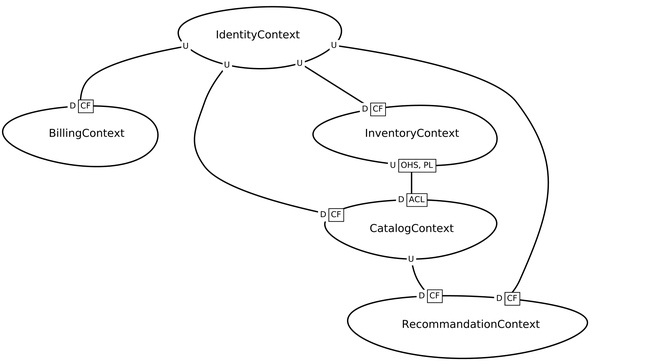
Earlier version of the Graphviz export src-gen/movies-albrains_ContextMap.png (movies-albrains/.github). Its source is kept beside it as src-gen/movies-albrains_ContextMap.gv.
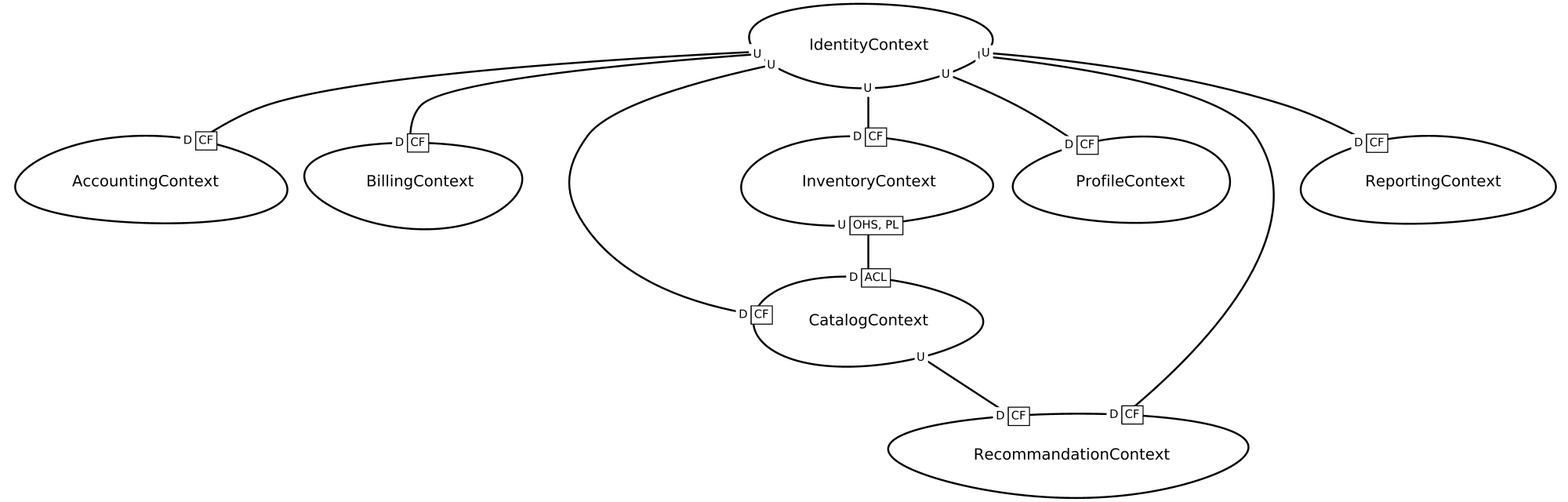
Above is the later version.

Commit message:
update context map

What changed in the source:
```diff
@@ -1,11 +1,29 @@
 digraph "ContextMapGraph" {
 graph ["imagepath"="/tmp/GraphvizJava"]
-"BillingContext" ["margin"="0.3","orientation"="3","shape"="egg","fontsize"="16","style"="bold","label"="BillingContext\n","fontname"="sans-serif"]
-"CatalogContext" ["margin"="0.3","orientation"="32","shape"="egg","fontsize"="16","style"="bold","label"="CatalogContext\n","fontname"="sans-serif"]
-"RecommandationContext" ["margin"="0.3","orientation"="67","shape"="egg","fontsize"="16","style"="bold","label"="RecommandationContext\n","fontname"="sans-serif"]
-"IdentityContext" ["margin"="0.3","orientation"="262","shape"="egg","fontsize"="16","style"="bold","label"="IdentityContext\n","fontname"="sans-serif"]
-"InventoryContext" ["margin"="0.3","orientation"="300","shape"="egg","fontsize"="16","style"="bold","label"="InventoryContext\n","fontname"="sans-serif"]
+"AccountingContext" ["margin"="0.3","orientation"="172","shape"="egg","fontsize"="16","style"="bold","label"="AccountingContext\n","fontname"="sans-serif"]
+"BillingContext" ["margin"="0.3","orientation"="131","shape"="egg","fontsize"="16","style"="bold","label"="BillingContext\n","fontname"="sans-serif"]
+"CatalogContext" ["margin"="0.3","orientation"="1","shape"="egg","fontsize"="16","style"="bold","label"="CatalogContext\n","fontname"="sans-serif"]
+"RecommandationContext" ["margin"="0.3","orientation"="68","shape"="egg","fontsize"="16","style"="bold","label"="RecommandationContext\n","fontname"="sans-serif"]
+"IdentityContext" ["margin"="0.3","orientation"="251","shape"="egg","fontsize"="16","style"="bold","label"="IdentityContext\n","fontname"="sans-serif"]
+"ProfileContext" ["margin"="0.3","orientation"="130","shape"="egg","fontsize"="16","style"="bold","label"="ProfileContext\n","fontname"="sans-serif"]
+"InventoryContext" ["margin"="0.3","orientation"="267","shape"="egg","fontsize"="16","style"="bold","label"="InventoryContext\n","fontname"="sans-serif"]
+"ReportingContext" ["margin"="0.3","orientation"="22","shape"="egg","fontsize"="16","style"="bold","label"="ReportingContext\n","fontname"="sans-serif"]
 "CatalogContext" -> "RecommandationContext" ["headlabel"=<<table cellspacing="0" cellborder="1" border="0">
+<tr><td bgcolor="white" sides="r">D</td><td sides="trbl" bgcolor="white"><font>CF</font></td></tr>
+</table>>,"labeldistance"="0","fontsize"="12","taillabel"=<<table cellspacing="0" cellborder="0" border="0">
+<tr><td bgcolor="white">U</td></tr>
+</table>>,"style"="bold","label"="                                        ","dir"="none","fontname"="sans-serif"]
+"IdentityContext" -> "AccountingContext" ["headlabel"=<<table cellspacing="0" cellborder="1" border="0">
+<tr><td bgcolor="white" sides="r">D</td><td sides="trbl" bgcolor="white"><font>CF</font></td></tr>
+</table>>,"labeldistance"="0","fontsize"="12","taillabel"=<<table cellspacing="0" cellborder="0" border="0">
+<tr><td bgcolor="white">U</td></tr>
+</table>>,"style"="bold","label"="                                        ","dir"="none","fontname"="sans-serif"]
+"IdentityContext" -> "ProfileContext" ["headlabel"=<<table cellspacing="0" cellborder="1" border="0">
+<tr><td bgcolor="white" sides="r">D</td><td sides="trbl" bgcolor="white"><font>CF</font></td></tr>
+</table>>,"labeldistance"="0","fontsize"="12","taillabel"=<<table cellspacing="0" cellborder="0" border="0">
+<tr><td bgcolor="white">U</td></tr>
+</table>>,"style"="bold","label"="                                        ","dir"="none","fontname"="sans-serif"]
+"IdentityContext" -> "BillingContext" ["headlabel"=<<table cellspacing="0" cellborder="1" border="0">
 <tr><td bgcolor="white" sides="r">D</td><td sides="trbl" bgcolor="white"><font>CF</font></td></tr>
 </table>>,"labeldistance"="0","fontsize"="12","taillabel"=<<table cellspacing="0" cellborder="0" border="0">
 <tr><td bgcolor="white">U</td></tr>
@@ -15,17 +33,17 @@
 </table>>,"labeldistance"="0","fontsize"="12","taillabel"=<<table cellspacing="0" cellborder="0" border="0">
 <tr><td bgcolor="white">U</td></tr>
 </table>>,"style"="bold","label"="                                        ","dir"="none","fontname"="sans-serif"]
-"IdentityContext" -> "BillingContext" ["headlabel"=<<table cellspacing="0" cellborder="1" border="0">
+"IdentityContext" -> "InventoryContext" ["headlabel"=<<table cellspacing="0" cellborder="1" border="0">
+<tr><td bgcolor="white" sides="r">D</td><td sides="trbl" bgcolor="white"><font>CF</font></td></tr>
+</table>>,"labeldistance"="0","fontsize"="12","taillabel"=<<table cellspacing="0" cellborder="0" border="0">
+<tr><td bgcolor="white">U</td></tr>
+</table>>,"style"="bold","label"="                                        ","dir"="none","fontname"="sans-serif"]
+"IdentityContext" -> "ReportingContext" ["headlabel"=<<table cellspacing="0" cellborder="1" border="0">
 <tr><td bgcolor="white" sides="r">D</td><td sides="trbl" bgcolor="white"><font>CF</font></td></tr>
 </table>>,"labeldistance"="0","fontsize"="12","taillabel"=<<table cellspacing="0" cellborder="0" border="0">
 <tr><td bgcolor="white">U</td></tr>
 </table>>,"style"="bold","label"="                                        ","dir"="none","fontname"="sans-serif"]
 "IdentityContext" -> "RecommandationContext" ["headlabel"=<<table cellspacing="0" cellborder="1" border="0">
-<tr><td bgcolor="white" sides="r">D</td><td sides="trbl" bgcolor="white"><font>CF</font></td></tr>
-</table>>,"labeldistance"="0","fontsize"="12","taillabel"=<<table cellspacing="0" cellborder="0" border="0">
-<tr><td bgcolor="white">U</td></tr>
-</table>>,"style"="bold","label"="                                        ","dir"="none","fontname"="sans-serif"]
-"IdentityContext" -> "InventoryContext" ["headlabel"=<<table cellspacing="0" cellborder="1" border="0">
 <tr><td bgcolor="white" sides="r">D</td><td sides="trbl" bgcolor="white"><font>CF</font></td></tr>
 </table>>,"labeldistance"="0","fontsize"="12","taillabel"=<<table cellspacing="0" cellborder="0" border="0">
 <tr><td bgcolor="white">U</td></tr>
```
